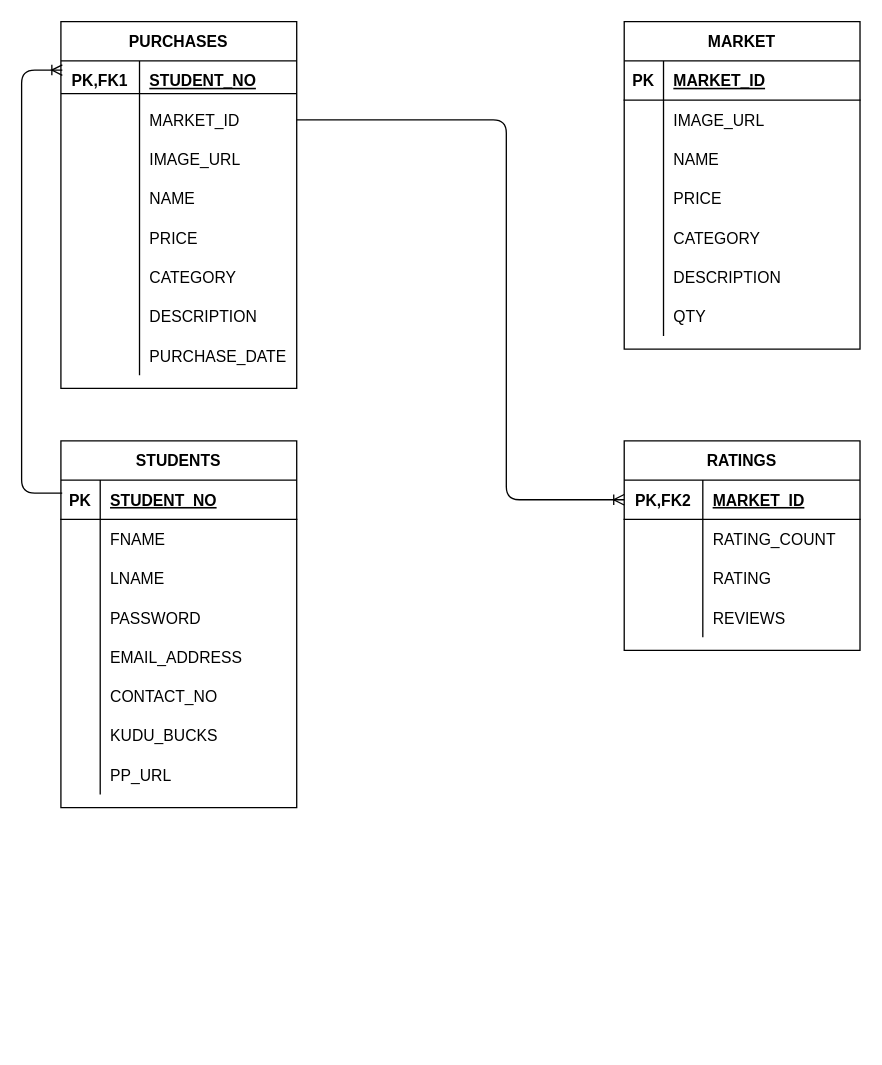
This is Documents and Diagrams/RAW/ERD_ Diagrams.drawio from ArcaneWalt73/Kudu-Card-Market, a draw.io file, before an edit. Source tidied: cells renumbered, new cells numbered last; positions are measured from the earlier drawing's top-left corner, leaving out a move shared by most shapes. Both pictures are drawn from the tidied source at 131%, with x=0, y=0 at pixel (21, 21).
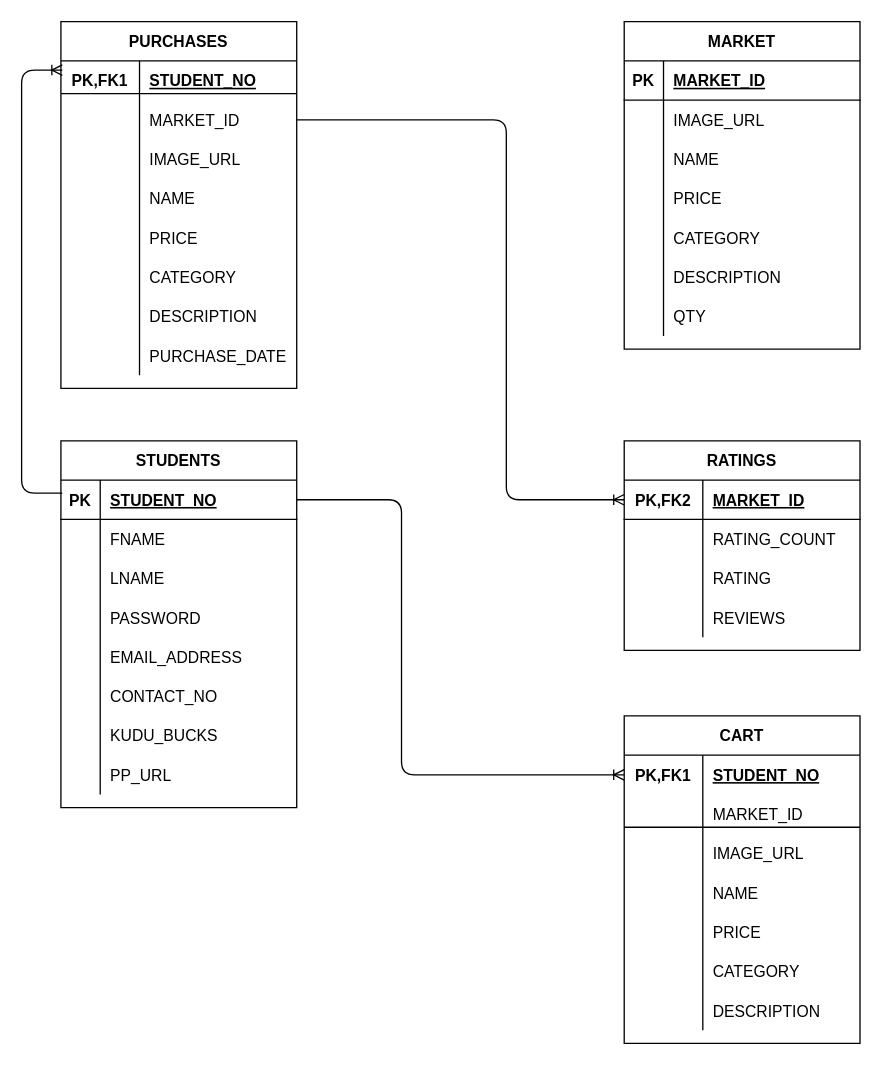
The same diagram, later.

Unchanged cells that the change refers to:
```xml
<mxCell id="28" style="shape=partialRectangle;fillColor=none;top=0;left=0;bottom=1;right=0;points=[[0,0.5],[1,0.5]];portConstraint=eastwest;" parent="27" vertex="1">
  <mxGeometry y="30" width="180" height="30" as="geometry" />
</mxCell>
```

What changed in the source:
```diff
@@
+    <mxCell id="90" style="line;strokeWidth=1;dashed=0;labelPosition=right;align=left;verticalAlign=middle;spacingTop=0;spacingLeft=6;" parent="1" vertex="1">
+      <mxGeometry x="460" y="610" width="180" height="10" as="geometry" />
+    </mxCell>
+    <mxCell id="91" value="CART" style="shape=table;startSize=30;childLayout=tableLayout;rowLines=0;fontStyle=1;align=center;" parent="1" vertex="1">
+      <mxGeometry x="460" y="530" width="180" height="250" as="geometry" />
+    </mxCell>
+    <mxCell id="92" style="shape=partialRectangle;fillColor=none;top=0;left=0;bottom=0;right=0;points=[[0,0.5],[1,0.5]];portConstraint=eastwest;" parent="91" vertex="1">
+      <mxGeometry y="30" width="180" height="30" as="geometry" />
+    </mxCell>
+    <mxCell id="93" value="PK,FK1" style="shape=partialRectangle;fillColor=none;top=0;left=0;bottom=0;right=0;fontStyle=1;overflow=hidden;" parent="92" vertex="1">
+      <mxGeometry width="60" height="30" as="geometry" />
+    </mxCell>
+    <mxCell id="94" value="STUDENT_NO" style="shape=partialRectangle;fillColor=none;top=0;left=0;bottom=0;right=0;align=left;spacingLeft=6;fontStyle=5;overflow=hidden;" parent="92" vertex="1">
+      <mxGeometry x="60" width="120" height="30" as="geometry" />
+    </mxCell>
+    <mxCell id="95" style="shape=partialRectangle;fillColor=none;top=0;left=0;bottom=0;right=0;" parent="91" vertex="1">
+      <mxGeometry y="60" width="180" height="30" as="geometry" />
+    </mxCell>
+    <mxCell id="96" style="shape=partialRectangle;fillColor=none;top=0;left=0;bottom=0;right=0;overflow=hidden;" parent="95" vertex="1">
+      <mxGeometry width="60" height="30" as="geometry" />
+    </mxCell>
+    <mxCell id="97" value="MARKET_ID" style="shape=partialRectangle;fillColor=none;top=0;left=0;bottom=0;right=0;align=left;spacingLeft=6;overflow=hidden;" parent="95" vertex="1">
+      <mxGeometry x="60" width="120" height="30" as="geometry" />
+    </mxCell>
+    <mxCell id="98" style="shape=partialRectangle;fillColor=none;top=0;left=0;bottom=0;right=0;" parent="91" vertex="1">
+      <mxGeometry y="90" width="180" height="30" as="geometry" />
+    </mxCell>
+    <mxCell id="99" style="shape=partialRectangle;fillColor=none;top=0;left=0;bottom=0;right=0;overflow=hidden;" parent="98" vertex="1">
+      <mxGeometry width="60" height="30" as="geometry" />
+    </mxCell>
+    <mxCell id="100" value="IMAGE_URL" style="shape=partialRectangle;fillColor=none;top=0;left=0;bottom=0;right=0;align=left;spacingLeft=6;overflow=hidden;" parent="98" vertex="1">
+      <mxGeometry x="60" width="120" height="30" as="geometry" />
+    </mxCell>
+    <mxCell id="101" style="shape=partialRectangle;fillColor=none;top=0;left=0;bottom=0;right=0;" parent="91" vertex="1">
+      <mxGeometry y="120" width="180" height="30" as="geometry" />
+    </mxCell>
+    <mxCell id="102" style="shape=partialRectangle;fillColor=none;top=0;left=0;bottom=0;right=0;overflow=hidden;" parent="101" vertex="1">
+      <mxGeometry width="60" height="30" as="geometry" />
+    </mxCell>
+    <mxCell id="103" value="NAME" style="shape=partialRectangle;fillColor=none;top=0;left=0;bottom=0;right=0;align=left;spacingLeft=6;overflow=hidden;" parent="101" vertex="1">
+      <mxGeometry x="60" width="120" height="30" as="geometry" />
+    </mxCell>
+    <mxCell id="104" style="shape=partialRectangle;fillColor=none;top=0;left=0;bottom=0;right=0;" parent="91" vertex="1">
+      <mxGeometry y="150" width="180" height="30" as="geometry" />
+    </mxCell>
+    <mxCell id="105" style="shape=partialRectangle;fillColor=none;top=0;left=0;bottom=0;right=0;overflow=hidden;" parent="104" vertex="1">
+      <mxGeometry width="60" height="30" as="geometry" />
+    </mxCell>
+    <mxCell id="106" value="PRICE" style="shape=partialRectangle;fillColor=none;top=0;left=0;bottom=0;right=0;align=left;spacingLeft=6;overflow=hidden;" parent="104" vertex="1">
+      <mxGeometry x="60" width="120" height="30" as="geometry" />
+    </mxCell>
+    <mxCell id="107" style="shape=partialRectangle;fillColor=none;top=0;left=0;bottom=0;right=0;" parent="91" vertex="1">
+      <mxGeometry y="180" width="180" height="30" as="geometry" />
+    </mxCell>
+    <mxCell id="108" style="shape=partialRectangle;fillColor=none;top=0;left=0;bottom=0;right=0;overflow=hidden;" parent="107" vertex="1">
+      <mxGeometry width="60" height="30" as="geometry" />
+    </mxCell>
+    <mxCell id="109" value="CATEGORY" style="shape=partialRectangle;fillColor=none;top=0;left=0;bottom=0;right=0;align=left;spacingLeft=6;overflow=hidden;" parent="107" vertex="1">
+      <mxGeometry x="60" width="120" height="30" as="geometry" />
+    </mxCell>
+    <mxCell id="110" style="shape=partialRectangle;fillColor=none;top=0;left=0;bottom=0;right=0;" parent="91" vertex="1">
+      <mxGeometry y="210" width="180" height="30" as="geometry" />
+    </mxCell>
+    <mxCell id="111" style="shape=partialRectangle;fillColor=none;top=0;left=0;bottom=0;right=0;overflow=hidden;" parent="110" vertex="1">
+      <mxGeometry width="60" height="30" as="geometry" />
+    </mxCell>
+    <mxCell id="112" value="DESCRIPTION" style="shape=partialRectangle;fillColor=none;top=0;left=0;bottom=0;right=0;align=left;spacingLeft=6;overflow=hidden;" parent="110" vertex="1">
+      <mxGeometry x="60" width="120" height="30" as="geometry" />
+    </mxCell>
+    <mxCell id="113" style="fontSize=12;html=1;endArrow=ERoneToMany;entryX=0;entryY=0.5;entryDx=0;entryDy=0;elbow=vertical;edgeStyle=orthogonalEdgeStyle;exitX=1;exitY=0.5;exitDx=0;exitDy=0;" parent="1" edge="1" source="28" target="92">
+      <mxGeometry relative="1" as="geometry">
+        <Array as="points">
+          <mxPoint x="290" y="365" />
+          <mxPoint x="290" y="575" />
+        </Array>
+      </mxGeometry>
+    </mxCell>
```
